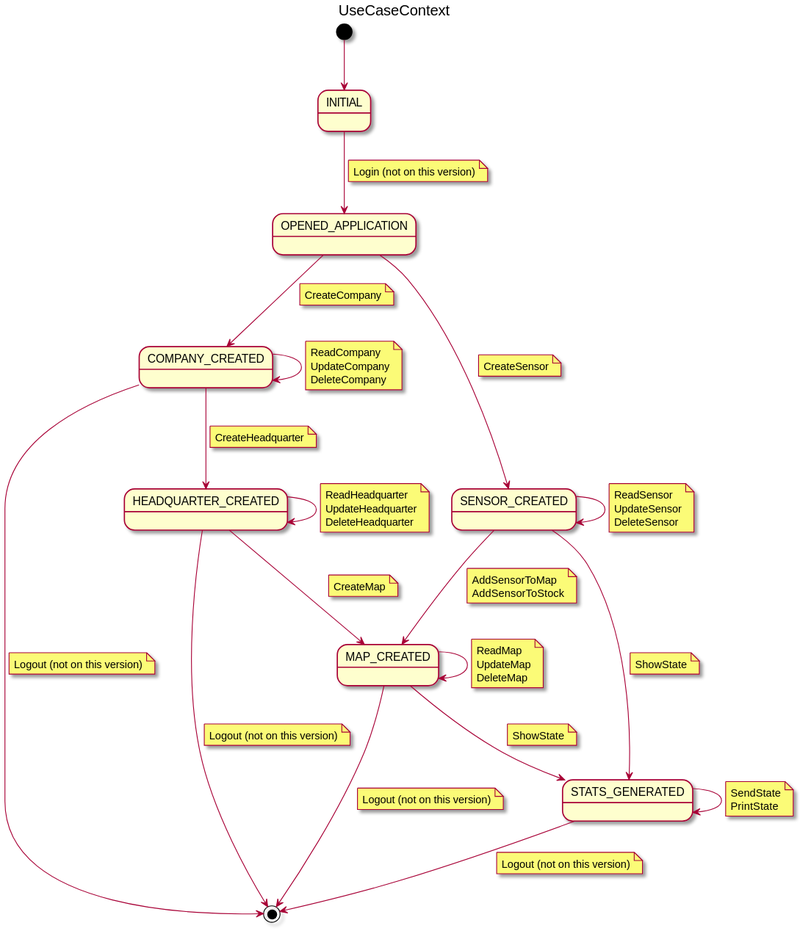
The PlantUML diagram docs/src/useCaseView/context/useCaseContext.svg in jumpering/pestmonitors, before a commit.
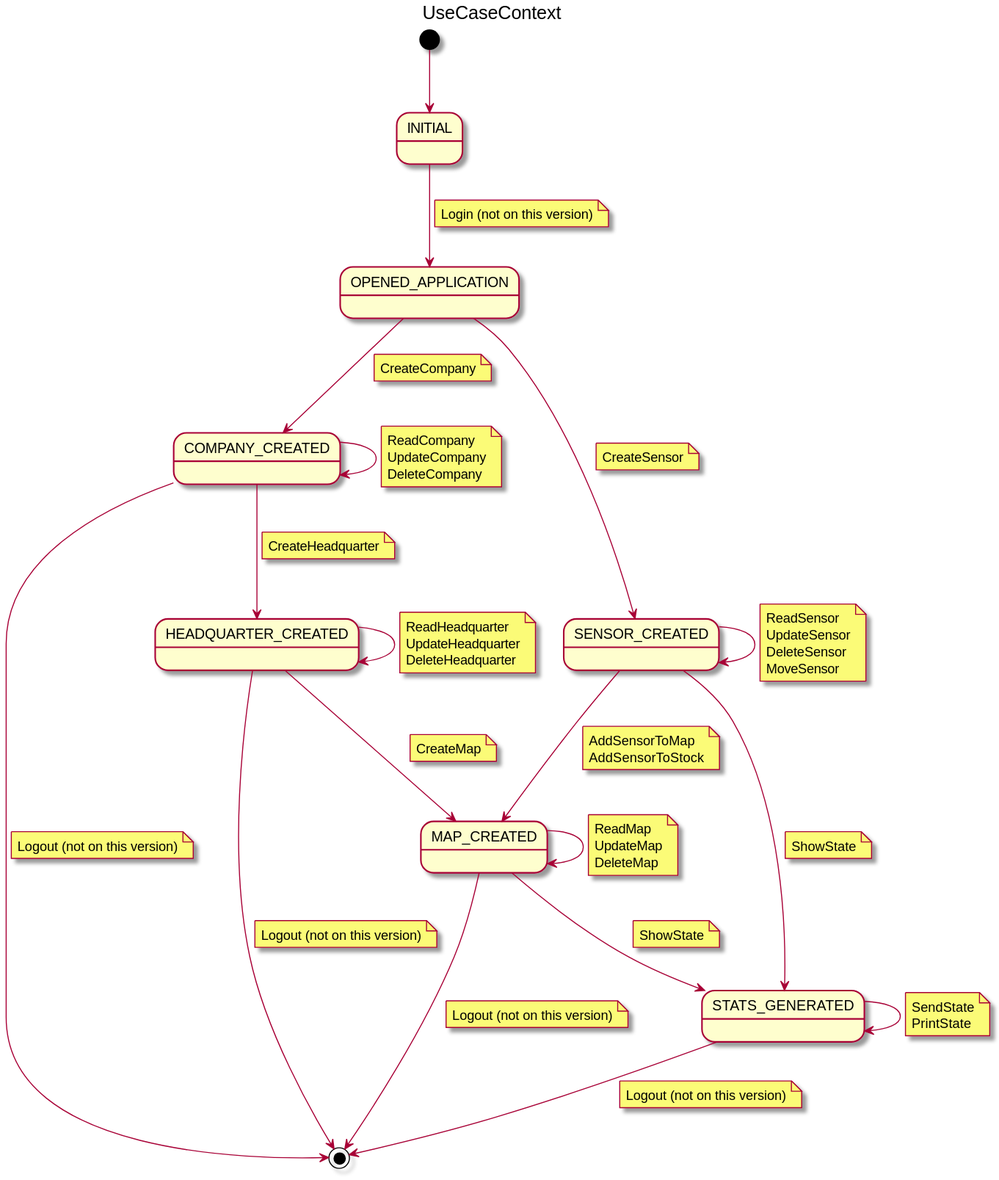
Above is the later version.

Diff of the diagram source:
```diff
@@ -66,6 +66,7 @@
         ReadSensor
         UpdateSensor
         DeleteSensor
+        MoveSensor
     end note
 
 COMPANY_CREATED --> [*]
```
